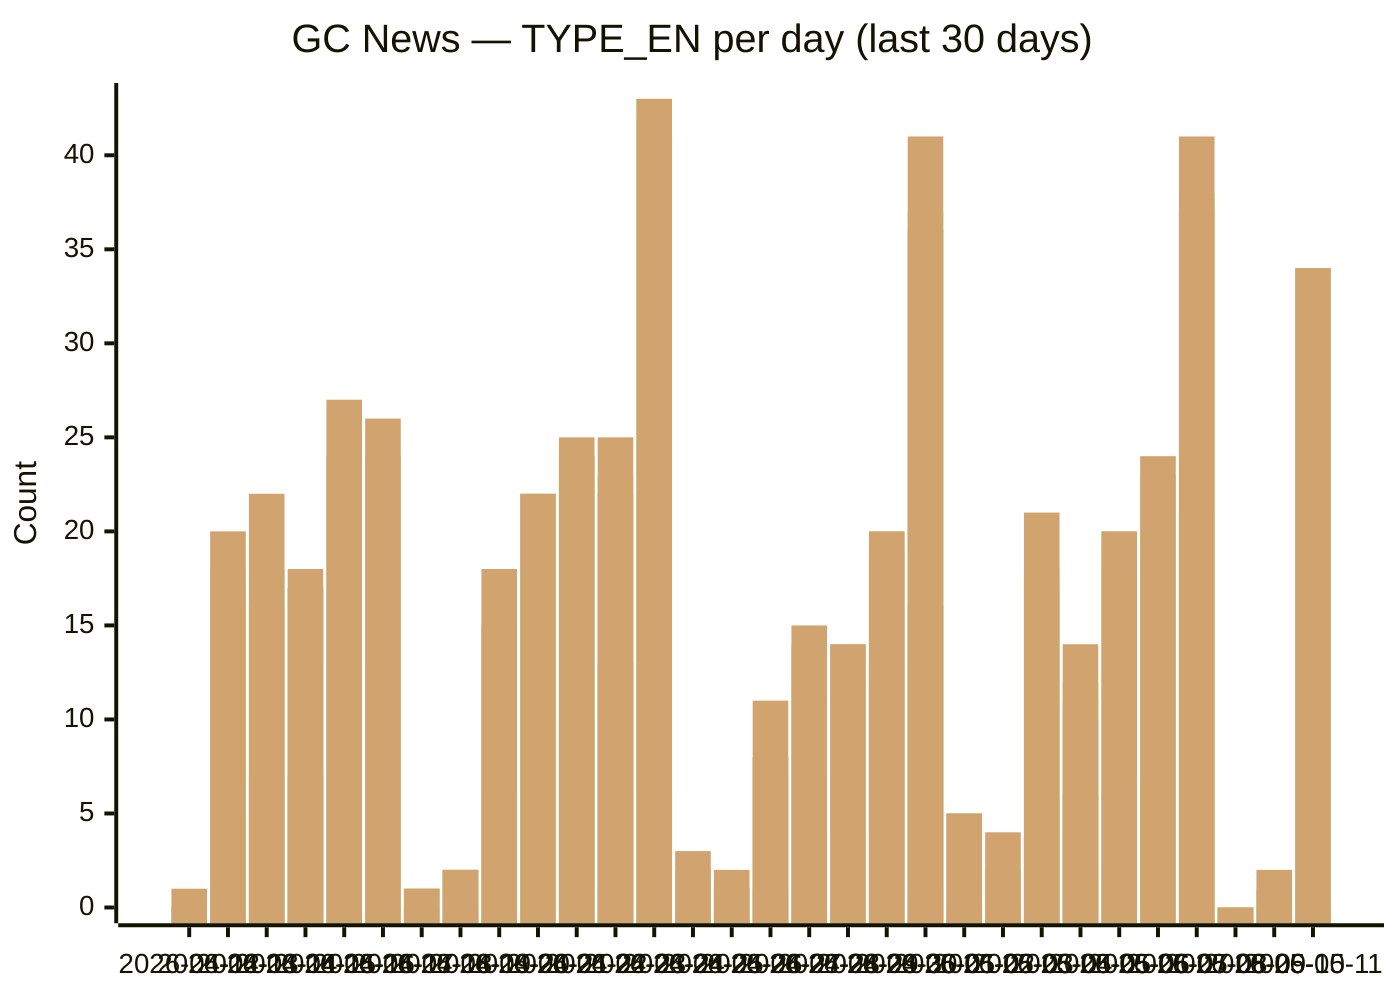
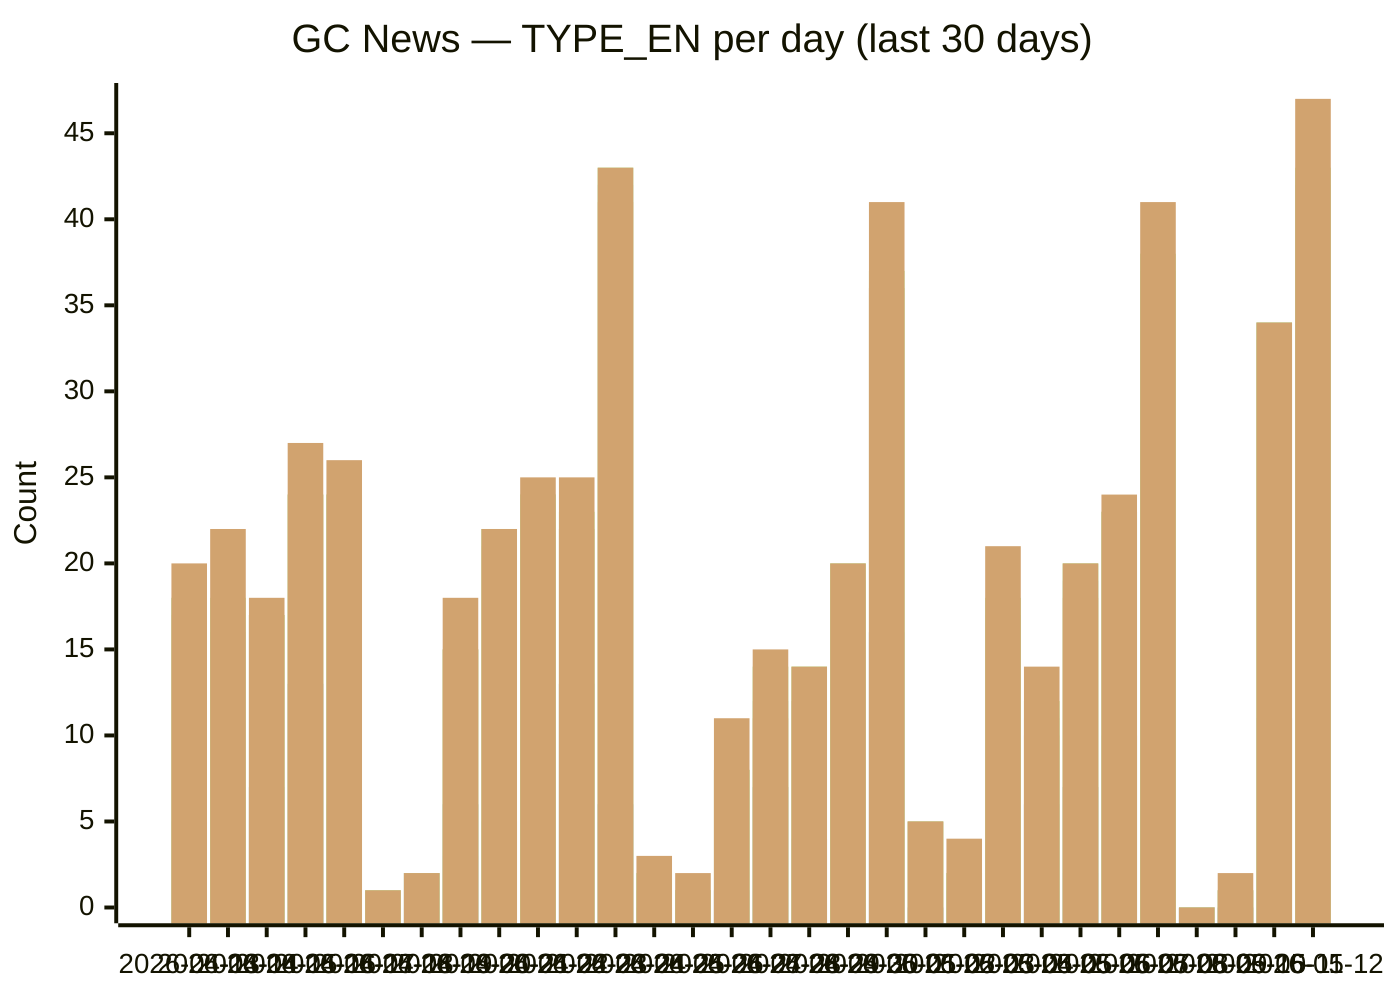
xychart-beta
  title "GC News — TYPE_EN per day (last 30 days)"
-   x-axis [2026-04-12, 2026-04-13, 2026-04-14, 2026-04-15, 2026-04-16, 2026-04-17, 2026-04-18, 2026-04-19, 2026-04-20, 2026-04-21, 2026-04-22, 2026-04-23, 2026-04-24, 2026-04-25, 2026-04-26, 2026-04-27, 2026-04-28, 2026-04-29, 2026-04-30, 2026-05-01, 2026-05-02, 2026-05-03, 2026-05-04, 2026-05-05, 2026-05-06, 2026-05-07, 2026-05-08, 2026-05-09, 2026-05-10, 2026-05-11]
-   y-axis "Count" 0 --> 43
-   bar backgrounders [0, 3, 2, 1, 0, 3, 0, 0, 3, 1, 2, 1, 5, 0, 0, 1, 1, 0, 1, 1, 0, 0, 2, 1, 2, 0, 5, 0, 0, 2]
-   bar "media advisories" [0, 5, 7, 7, 13, 6, 0, 2, 6, 5, 10, 13, 6, 0, 1, 1, 7, 4, 13, 16, 0, 1, 4, 6, 7, 10, 21, 0, 0, 11]
-   bar "news releases" [0, 17, 16, 17, 24, 24, 1, 2, 15, 21, 24, 22, 41, 1, 1, 8, 11, 12, 19, 36, 5, 2, 17, 10, 18, 23, 37, 0, 1, 33]
-   bar readouts [0, 18, 16, 17, 24, 24, 1, 2, 15, 22, 24, 22, 42, 2, 1, 8, 12, 12, 19, 36, 5, 2, 17, 11, 19, 23, 37, 0, 1, 34]
-   bar speeches [0, 18, 18, 17, 24, 24, 1, 2, 15, 22, 24, 23, 43, 2, 1, 8, 14, 14, 20, 37, 5, 2, 18, 12, 20, 23, 38, 0, 1, 34]
-   bar statements [1, 20, 22, 18, 27, 26, 1, 2, 18, 22, 25, 25, 43, 3, 2, 11, 15, 14, 20, 41, 5, 4, 21, 14, 20, 24, 41, 0, 2, 34]
+   x-axis [2026-04-13, 2026-04-14, 2026-04-15, 2026-04-16, 2026-04-17, 2026-04-18, 2026-04-19, 2026-04-20, 2026-04-21, 2026-04-22, 2026-04-23, 2026-04-24, 2026-04-25, 2026-04-26, 2026-04-27, 2026-04-28, 2026-04-29, 2026-04-30, 2026-05-01, 2026-05-02, 2026-05-03, 2026-05-04, 2026-05-05, 2026-05-06, 2026-05-07, 2026-05-08, 2026-05-09, 2026-05-10, 2026-05-11, 2026-05-12]
+   y-axis "Count" 0 --> 47
+   bar backgrounders [3, 2, 1, 0, 3, 0, 0, 3, 1, 2, 1, 5, 0, 0, 1, 1, 0, 1, 1, 0, 0, 2, 1, 2, 0, 5, 0, 0, 2, 6]
+   bar "media advisories" [5, 7, 7, 13, 6, 0, 2, 6, 5, 10, 13, 6, 0, 1, 1, 7, 4, 13, 16, 0, 1, 4, 6, 7, 10, 21, 0, 0, 11, 18]
+   bar "news releases" [17, 16, 17, 24, 24, 1, 2, 15, 21, 24, 22, 41, 1, 1, 8, 11, 12, 19, 36, 5, 2, 17, 10, 18, 23, 37, 0, 1, 33, 42]
+   bar readouts [18, 16, 17, 24, 24, 1, 2, 15, 22, 24, 22, 42, 2, 1, 8, 12, 12, 19, 36, 5, 2, 17, 11, 19, 23, 37, 0, 1, 34, 42]
+   bar speeches [18, 18, 17, 24, 24, 1, 2, 15, 22, 24, 23, 43, 2, 1, 8, 14, 14, 20, 37, 5, 2, 18, 12, 20, 23, 38, 0, 1, 34, 43]
+   bar statements [20, 22, 18, 27, 26, 1, 2, 18, 22, 25, 25, 43, 3, 2, 11, 15, 14, 20, 41, 5, 4, 21, 14, 20, 24, 41, 0, 2, 34, 47]
